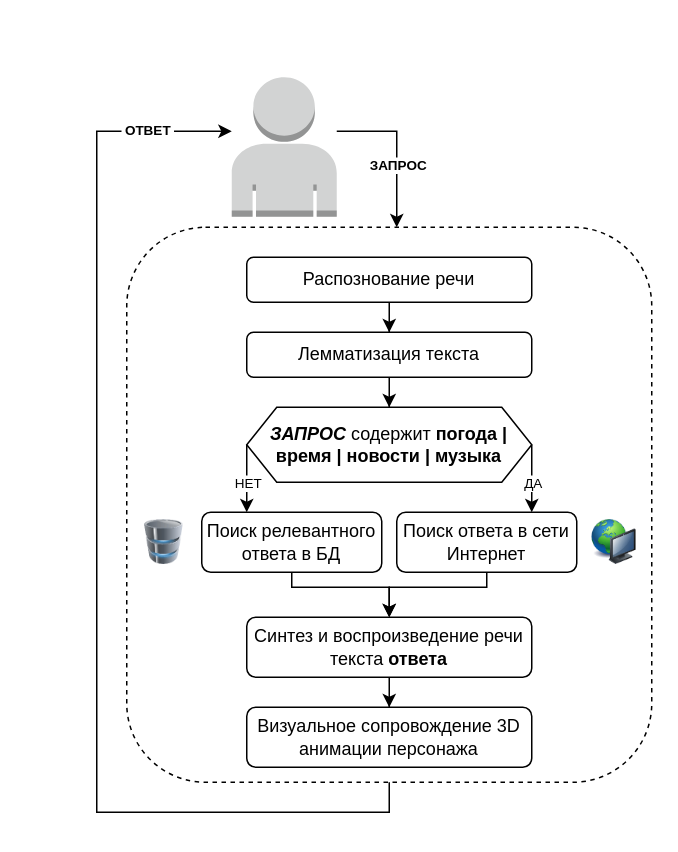
This is src/hiva_schematic (1).drawio from pteacher/hiva-irbis-demo, a draw.io file, before an edit. Source tidied: cells renumbered, new cells numbered last; positions are measured from the earlier drawing's top-left corner, leaving out a move shared by most shapes. Both pictures are drawn from the tidied source at 150%, with x=0, y=0 at pixel (96, 76). Pictures stored in the file or linked from it are replaced by grey dashed boxes.
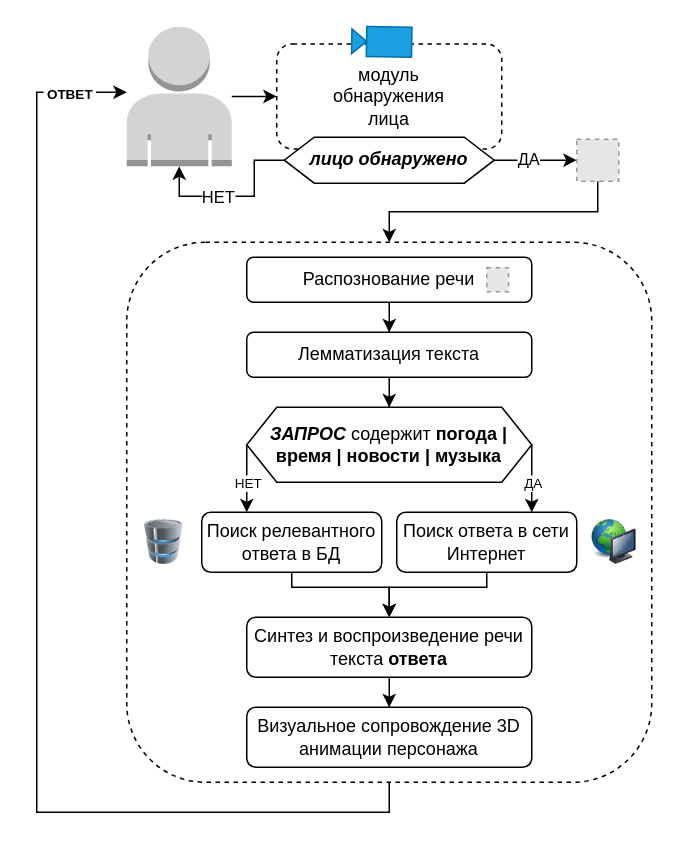
After the change.

The edit, as a diff of the source:
```diff
@@
     <mxCell id="2" style="rounded=1;whiteSpace=wrap;html=1;dashed=1;" parent="1" vertex="1">
-      <mxGeometry x="20" y="100" width="350" height="370" as="geometry" />
+      <mxGeometry x="20" y="110" width="350" height="360" as="geometry" />
     </mxCell>
@@
-    <mxCell id="21" style="edgeStyle=orthogonalEdgeStyle;rounded=0;jettySize=auto;html=1;fontSize=9;" parent="1" edge="1" source="25">
-      <mxGeometry relative="1" as="geometry">
-        <mxPoint x="200" y="100" as="targetPoint" />
-        <Array as="points">
-          <mxPoint x="200" y="36" />
-          <mxPoint x="200" y="100" />
-        </Array>
-      </mxGeometry>
-    </mxCell>
-    <mxCell id="22" value="ЗАПРОС" style="edgeLabel;html=1;align=center;verticalAlign=middle;fontSize=9;fontStyle=1;" parent="21" vertex="1">
-      <mxGeometry x="-0.01" y="2" relative="1" as="geometry">
-        <mxPoint x="-2" y="11" as="offset" />
-      </mxGeometry>
-    </mxCell>
     <mxCell id="23" style="edgeStyle=orthogonalEdgeStyle;rounded=0;jettySize=auto;html=1;entryX=0.5;entryY=1;entryDx=0;entryDy=0;fontSize=9;startArrow=classic;startFill=1;endArrow=none;endFill=0;fontStyle=1;" parent="1" edge="1" source="25" target="2">
       <mxGeometry relative="1" as="geometry">
         <Array as="points">
-          <mxPoint y="36" />
-          <mxPoint y="490" />
+          <mxPoint x="-40" y="10" />
+          <mxPoint x="-40" y="490" />
           <mxPoint x="195" y="490" />
         </Array>
       </mxGeometry>
     </mxCell>
     <mxCell id="24" value="&amp;nbsp;ОТВЕТ&amp;nbsp;" style="edgeLabel;html=1;align=center;verticalAlign=middle;fontSize=9;fontStyle=1;" parent="23" vertex="1">
-      <mxGeometry x="-0.85" y="-1" relative="1" as="geometry" />
+      <mxGeometry x="-0.85" y="-1" relative="1" as="geometry">
+        <mxPoint x="22" y="1" as="offset" />
+      </mxGeometry>
     </mxCell>
     <mxCell id="25" style="outlineConnect=0;dashed=0;verticalLabelPosition=bottom;verticalAlign=top;align=center;html=1;shape=mxgraph.aws3.user;fillColor=#D2D3D3;gradientColor=none;fontSize=9;" parent="1" vertex="1">
-      <mxGeometry x="90" width="70" height="93" as="geometry" />
+      <mxGeometry x="20" y="-33.6" width="70" height="93" as="geometry" />
     </mxCell>
+    <mxCell id="26" style="group;" parent="1" vertex="1">
+      <mxGeometry x="120" y="-34" width="150" height="104.6" as="geometry" />
+    </mxCell>
+    <mxCell id="27" value="модуль&lt;br&gt;обнаружения&lt;br&gt;лица" style="rounded=1;whiteSpace=wrap;html=1;dashed=1;" parent="26" vertex="1">
+      <mxGeometry y="11.8" width="150" height="70" as="geometry" />
+    </mxCell>
+    <mxCell id="28" style="shape=mxgraph.signs.tech.video_camera;html=1;fillColor=#1ba1e2;strokeColor=#006EAF;verticalLabelPosition=bottom;verticalAlign=top;align=center;rotation=-179;fontColor=#ffffff;" parent="26" vertex="1">
+      <mxGeometry x="50" y="0.3" width="40" height="20" as="geometry" />
+    </mxCell>
+    <mxCell id="29" value="&lt;span style=&quot;font-size: 12px;&quot;&gt;&lt;b&gt;&lt;i&gt;лицо обнаружено&lt;/i&gt;&lt;/b&gt;&lt;/span&gt;" style="shape=hexagon;perimeter=hexagonPerimeter2;whiteSpace=wrap;html=1;fixedSize=1;fontSize=9;" parent="26" vertex="1">
+      <mxGeometry x="5" y="74" width="140" height="30.6" as="geometry" />
+    </mxCell>
+    <mxCell id="30" style="edgeStyle=orthogonalEdgeStyle;rounded=0;jettySize=auto;html=1;endArrow=none;endFill=0;startArrow=classic;startFill=1;" parent="1" edge="1" source="27" target="25">
+      <mxGeometry relative="1" as="geometry" />
+    </mxCell>
+    <mxCell id="31" style="fillColor=#E6E6E6;strokeColor=#999999;dashed=1;html=1;verticalAlign=top;labelPosition=center;verticalLabelPosition=bottom;align=center;spacingTop=-6;fontSize=11;fontStyle=1;fontColor=#999999;" parent="1" vertex="1">
+      <mxGeometry x="260" y="127" width="14.5" height="16" as="geometry" />
+    </mxCell>
+    <mxCell id="32" style="edgeStyle=orthogonalEdgeStyle;rounded=0;jettySize=auto;html=1;startArrow=classic;startFill=1;endArrow=none;endFill=0;" parent="1" edge="1" source="35" target="29">
+      <mxGeometry relative="1" as="geometry" />
+    </mxCell>
+    <mxCell id="33" value="ДА" style="edgeLabel;html=1;align=center;verticalAlign=middle;" parent="32" vertex="1">
+      <mxGeometry x="0.27" relative="1" as="geometry">
+        <mxPoint x="2" y="-1" as="offset" />
+      </mxGeometry>
+    </mxCell>
+    <mxCell id="34" style="edgeStyle=orthogonalEdgeStyle;rounded=0;jettySize=auto;html=1;exitX=0.5;exitY=1;exitDx=0;exitDy=0;entryX=0.5;entryY=0;entryDx=0;entryDy=0;startArrow=none;startFill=0;endArrow=classic;endFill=1;" parent="1" edge="1" source="35" target="2">
+      <mxGeometry relative="1" as="geometry" />
+    </mxCell>
+    <mxCell id="35" style="fillColor=#E6E6E6;strokeColor=#999999;dashed=1;html=1;verticalAlign=top;verticalLabelPosition=bottom;labelBackgroundColor=#ffffff;" parent="1" vertex="1">
+      <mxGeometry x="320" y="41.3" width="28" height="28" as="geometry" />
+    </mxCell>
+    <mxCell id="36" style="edgeStyle=orthogonalEdgeStyle;rounded=0;jettySize=auto;html=1;exitX=0;exitY=0.5;exitDx=0;exitDy=0;entryX=0.5;entryY=1;entryDx=0;entryDy=0;entryPerimeter=0;startArrow=none;startFill=0;endArrow=classic;endFill=1;" parent="1" edge="1" source="29" target="25">
+      <mxGeometry relative="1" as="geometry" />
+    </mxCell>
+    <mxCell id="37" value="НЕТ" style="edgeLabel;html=1;align=center;verticalAlign=middle;" parent="36" vertex="1">
+      <mxGeometry x="0.02" y="2" relative="1" as="geometry">
+        <mxPoint x="-11" y="-2" as="offset" />
+      </mxGeometry>
+    </mxCell>
```
